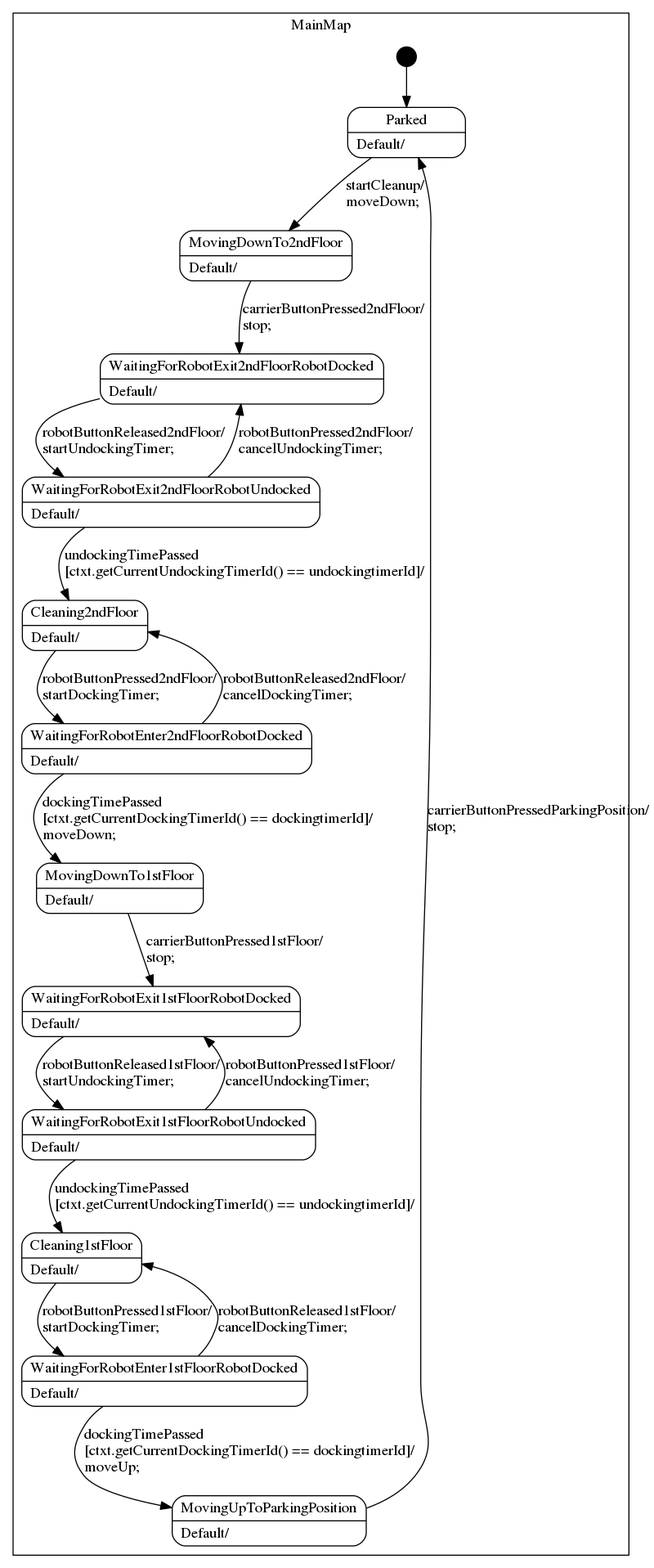
Above: src/statemachine/RobotelevatorStatemachine_sm.png in KarlKulator/Robotelevator (Graphviz), before the change. Its source is kept beside it as src/statemachine/RobotelevatorStatemachine_sm.dot.
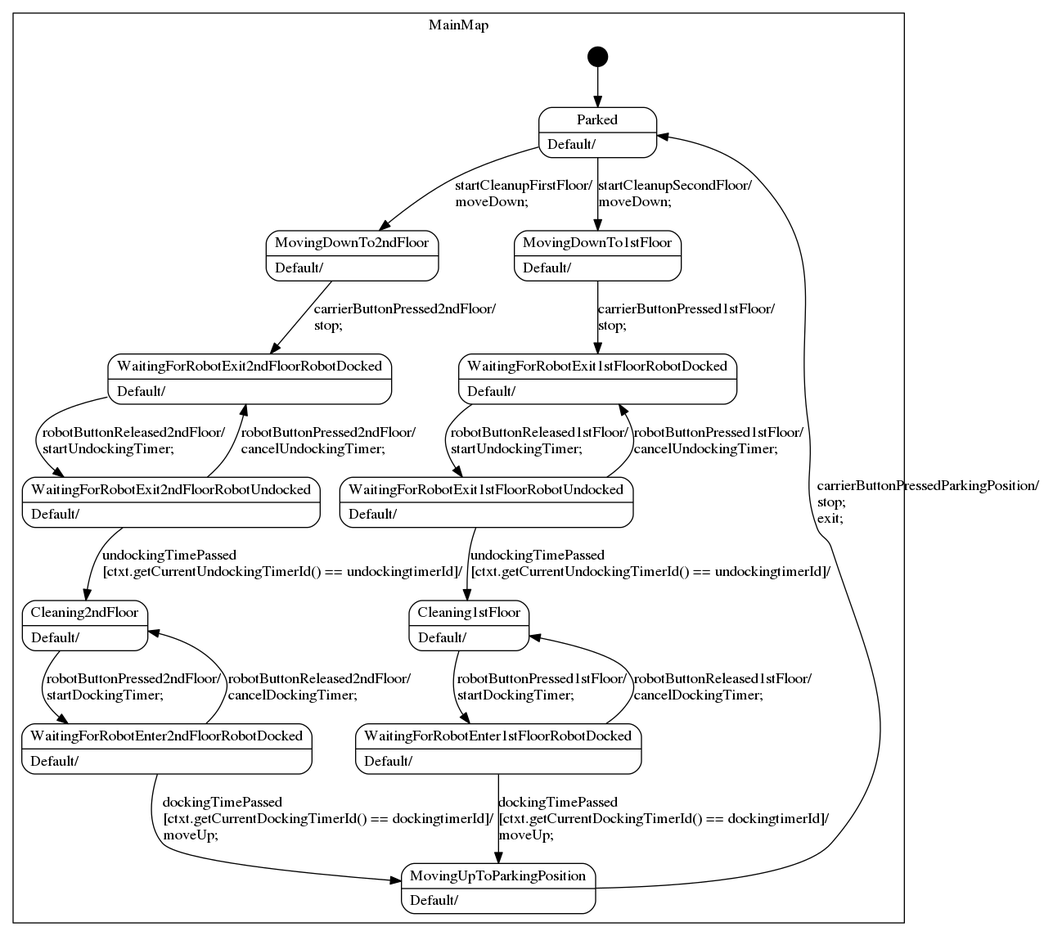
Later version of the same file.

Change to the diagram source:
```diff
@@ -51,7 +51,10 @@
 
 
     "MainMap::Parked" -> "MainMap::MovingDownTo2ndFloor"
-        [label="startCleanup/\lmoveDown;\l"];
+        [label="startCleanupFirstFloor/\lmoveDown;\l"];
+
+    "MainMap::Parked" -> "MainMap::MovingDownTo1stFloor"
+        [label="startCleanupSecondFloor/\lmoveDown;\l"];
 
     "MainMap::MovingDownTo2ndFloor" -> "MainMap::WaitingForRobotExit2ndFloorRobotDocked"
         [label="carrierButtonPressed2ndFloor/\lstop;\l"];
@@ -68,8 +71,8 @@
     "MainMap::Cleaning2ndFloor" -> "MainMap::WaitingForRobotEnter2ndFloorRobotDocked"
         [label="robotButtonPressed2ndFloor/\lstartDockingTimer;\l"];
 
-    "MainMap::WaitingForRobotEnter2ndFloorRobotDocked" -> "MainMap::MovingDownTo1stFloor"
-        [label="dockingTimePassed\l\[ctxt.getCurrentDockingTimerId() == dockingtimerId\]/\lmoveDown;\l"];
+    "MainMap::WaitingForRobotEnter2ndFloorRobotDocked" -> "MainMap::MovingUpToParkingPosition"
+        [label="dockingTimePassed\l\[ctxt.getCurrentDockingTimerId() == dockingtimerId\]/\lmoveUp;\l"];
 
     "MainMap::WaitingForRobotEnter2ndFloorRobotDocked" -> "MainMap::Cleaning2ndFloor"
         [label="robotButtonReleased2ndFloor/\lcancelDockingTimer;\l"];
@@ -96,7 +99,7 @@
         [label="robotButtonReleased1stFloor/\lcancelDockingTimer;\l"];
 
     "MainMap::MovingUpToParkingPosition" -> "MainMap::Parked"
-        [label="carrierButtonPressedParkingPosition/\lstop;\l"];
+        [label="carrierButtonPressedParkingPosition/\lstop;\lexit;\l"];
 
     "%start" -> "MainMap::Parked"
 
```
